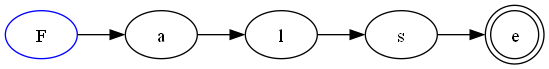
Earlier version of the Graphviz export CurrentGraph.png (Yennifer017/AnalizadorLenguajes). Its source is kept beside it as CurrentGraph.dot. The source it was exported from:
```dot
digraph CurrentGraph{
rankdir=LR
nodo0[color=blue]
nodo0[label="F"]nodoFinal[label="e" shape=doublecircle]nodo0 -> a-> l-> s-> nodoFinal}
```
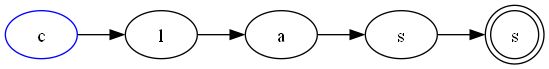
The same file after the commit.

Diff of the diagram source:
```diff
@@ -1,4 +1,6 @@
-digraph CurrentGraph{
+digraph currentGraph{
 rankdir=LR
 nodo0[color=blue]
-nodo0[label="F"]nodoFinal[label="e" shape=doublecircle]nodo0 -> a-> l-> s-> nodoFinal}
+nodo0[label="c"]
+nodoFinal[label="s" shape=doublecircle]
+nodo0 -> l-> a-> s-> nodoFinal}
```
